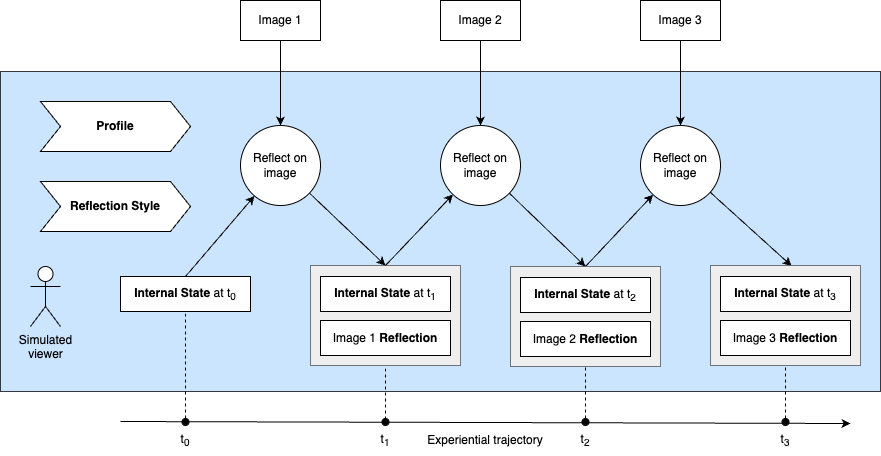
Above: docs/stateful-viewing-process.png in fredericbenard/stateful-viewers (draw.io), before the change. Source tidied: cells renumbered, new cells last; positions are measured from the earlier drawing's top-left corner, leaving out a move shared by most shapes.
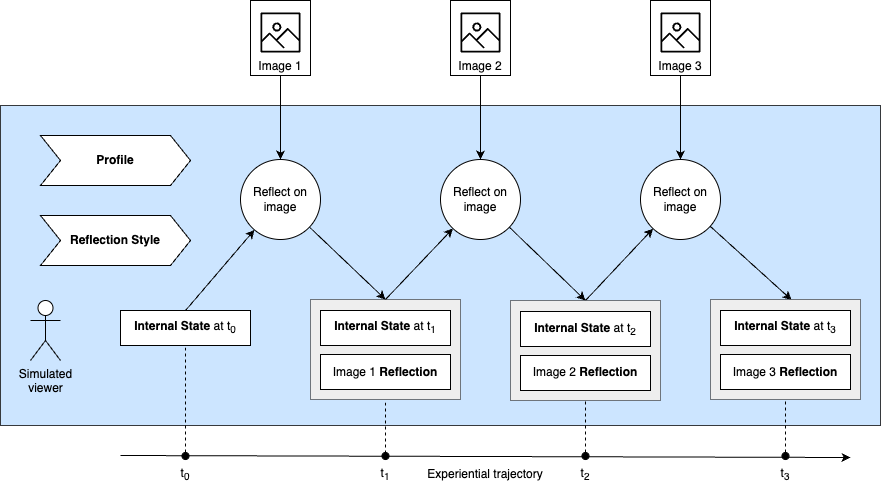
Above is the later version.

The edit, as a diff of the source:
```diff
@@ -17,16 +17,10 @@
     <mxCell id="6" value="Simulated&lt;br&gt;viewer" style="shape=umlActor;verticalLabelPosition=bottom;verticalAlign=top;html=1;" parent="1" vertex="1">
       <mxGeometry x="30" y="266" width="30" height="60" as="geometry" />
     </mxCell>
-    <mxCell id="7" value="Imag&lt;span style=&quot;color: rgba(0, 0, 0, 0); font-family: monospace; font-size: 0px; text-align: start;&quot;&gt;%3CmxGraphModel%3E%3Croot%3E%3CmxCell%20id%3D%220%22%2F%3E%3CmxCell%20id%3D%221%22%20parent%3D%220%22%2F%3E%3CmxCell%20id%3D%222%22%20value%3D%22Profile%22%20style%3D%22rounded%3D0%3BwhiteSpace%3Dwrap%3Bhtml%3D1%3B%22%20vertex%3D%221%22%20parent%3D%221%22%3E%3CmxGeometry%20x%3D%2290%22%20y%3D%22260%22%20width%3D%22120%22%20height%3D%2260%22%20as%3D%22geometry%22%2F%3E%3C%2FmxCell%3E%3C%2Froot%3E%3C%2FmxGraphModel%3E&lt;/span&gt;e 1&lt;span style=&quot;color: rgba(0, 0, 0, 0); font-family: monospace; font-size: 0px; text-align: start;&quot;&gt;%3CmxGraphModel%3E%3Croot%3E%3CmxCell%20id%3D%220%22%2F%3E%3CmxCell%20id%3D%221%22%20parent%3D%220%22%2F%3E%3CmxCell%20id%3D%222%22%20value%3D%22Profile%22%20style%3D%22rounded%3D0%3BwhiteSpace%3Dwrap%3Bhtml%3D1%3B%22%20vertex%3D%221%22%20parent%3D%221%22%3E%3CmxGeometry%20x%3D%2290%22%20y%3D%22260%22%20width%3D%22120%22%20height%3D%2260%22%20as%3D%22geometry%22%2F%3E%3C%2FmxCell%3E%3C%2Froot%3E%3C%2FmxGraphModel%3E&lt;/span&gt;" style="rounded=0;whiteSpace=wrap;html=1;" parent="1" vertex="1">
-      <mxGeometry x="240" width="80" height="40" as="geometry" />
+    <mxCell id="7" value="Imag&lt;span style=&quot;color: rgba(0, 0, 0, 0); font-family: monospace; font-size: 0px;&quot;&gt;%3CmxGraphModel%3E%3Croot%3E%3CmxCell%20id%3D%220%22%2F%3E%3CmxCell%20id%3D%221%22%20parent%3D%220%22%2F%3E%3CmxCell%20id%3D%222%22%20value%3D%22Profile%22%20style%3D%22rounded%3D0%3BwhiteSpace%3Dwrap%3Bhtml%3D1%3B%22%20vertex%3D%221%22%20parent%3D%221%22%3E%3CmxGeometry%20x%3D%2290%22%20y%3D%22260%22%20width%3D%22120%22%20height%3D%2260%22%20as%3D%22geometry%22%2F%3E%3C%2FmxCell%3E%3C%2Froot%3E%3C%2FmxGraphModel%3E&lt;/span&gt;e 1&lt;span style=&quot;color: rgba(0, 0, 0, 0); font-family: monospace; font-size: 0px;&quot;&gt;%3CmxGraphModel%3E%3Croot%3E%3CmxCell%20id%3D%220%22%2F%3E%3CmxCell%20id%3D%221%22%20parent%3D%220%22%2F%3E%3CmxCell%20id%3D%222%22%20value%3D%22Profile%22%20style%3D%22rounded%3D0%3BwhiteSpace%3Dwrap%3Bhtml%3D1%3B%22%20vertex%3D%221%22%20parent%3D%221%22%3E%3CmxGeometry%20x%3D%2290%22%20y%3D%22260%22%20width%3D%22120%22%20height%3D%2260%22%20as%3D%22geometry%22%2F%3E%3C%2FmxCell%3E%3C%2Froot%3E%3C%2FmxGraphModel%3E&lt;/span&gt;" style="rounded=0;whiteSpace=wrap;html=1;align=center;verticalAlign=bottom;" parent="1" vertex="1">
+      <mxGeometry x="250" y="-34" width="60" height="75" as="geometry" />
     </mxCell>
-    <mxCell id="8" value="Im&lt;span style=&quot;color: rgba(0, 0, 0, 0); font-family: monospace; font-size: 0px; text-align: start;&quot;&gt;%3CmxGraphModel%3E%3Croot%3E%3CmxCell%20id%3D%220%22%2F%3E%3CmxCell%20id%3D%221%22%20parent%3D%220%22%2F%3E%3CmxCell%20id%3D%222%22%20value%3D%22Imag%26lt%3Bspan%20style%3D%26quot%3Bcolor%3A%20rgba(0%2C%200%2C%200%2C%200)%3B%20font-family%3A%20monospace%3B%20font-size%3A%200px%3B%20text-align%3A%20start%3B%26quot%3B%26gt%3B%253CmxGraphModel%253E%253Croot%253E%253CmxCell%2520id%253D%25220%2522%252F%253E%253CmxCell%2520id%253D%25221%2522%2520parent%253D%25220%2522%252F%253E%253CmxCell%2520id%253D%25222%2522%2520value%253D%2522Profile%2522%2520style%253D%2522rounded%253D0%253BwhiteSpace%253Dwrap%253Bhtml%253D1%253B%2522%2520vertex%253D%25221%2522%2520parent%253D%25221%2522%253E%253CmxGeometry%2520x%253D%252290%2522%2520y%253D%2522260%2522%2520width%253D%2522120%2522%2520height%253D%252260%2522%2520as%253D%2522geometry%2522%252F%253E%253C%252FmxCell%253E%253C%252Froot%253E%253C%252FmxGraphModel%253E%26lt%3B%2Fspan%26gt%3Be%201%26lt%3Bspan%20style%3D%26quot%3Bcolor%3A%20rgba(0%2C%200%2C%200%2C%200)%3B%20font-family%3A%20monospace%3B%20font-size%3A%200px%3B%20text-align%3A%20start%3B%26quot%3B%26gt%3B%253CmxGraphModel%253E%253Croot%253E%253CmxCell%2520id%253D%25220%2522%252F%253E%253CmxCell%2520id%253D%25221%2522%2520parent%253D%25220%2522%252F%253E%253CmxCell%2520id%253D%25222%2522%2520value%253D%2522Profile%2522%2520style%253D%2522rounded%253D0%253BwhiteSpace%253Dwrap%253Bhtml%253D1%253B%2522%2520vertex%253D%25221%2522%2520parent%253D%25221%2522%253E%253CmxGeometry%2520x%253D%252290%2522%2520y%253D%2522260%2522%2520width%253D%2522120%2522%2520height%253D%252260%2522%2520as%253D%2522geometry%2522%252F%253E%253C%252FmxCell%253E%253C%252Froot%253E%253C%252FmxGraphModel%253E%26lt%3B%2Fspan%26gt%3B%22%20style%3D%22rounded%3D0%3BwhiteSpace%3Dwrap%3Bhtml%3D1%3B%22%20vertex%3D%221%22%20parent%3D%221%22%3E%3CmxGeometry%20x%3D%22300%22%20y%3D%22150%22%20width%3D%22120%22%20height%3D%2260%22%20as%3D%22geometry%22%2F%3E%3C%2FmxCell%3E%3C%2Froot%3E%3C%2FmxGraphModel%3E&lt;/span&gt;age 2" style="rounded=0;whiteSpace=wrap;html=1;" parent="1" vertex="1">
-      <mxGeometry x="440" width="80" height="40" as="geometry" />
-    </mxCell>
-    <mxCell id="9" value="Im&lt;span style=&quot;color: rgba(0, 0, 0, 0); font-family: monospace; font-size: 0px; text-align: start;&quot;&gt;%3CmxGraphModel%3E%3Croot%3E%3CmxCell%20id%3D%220%22%2F%3E%3CmxCell%20id%3D%221%22%20parent%3D%220%22%2F%3E%3CmxCell%20id%3D%222%22%20value%3D%22Imag%26lt%3Bspan%20style%3D%26quot%3Bcolor%3A%20rgba(0%2C%200%2C%200%2C%200)%3B%20font-family%3A%20monospace%3B%20font-size%3A%200px%3B%20text-align%3A%20start%3B%26quot%3B%26gt%3B%253CmxGraphModel%253E%253Croot%253E%253CmxCell%2520id%253D%25220%2522%252F%253E%253CmxCell%2520id%253D%25221%2522%2520parent%253D%25220%2522%252F%253E%253CmxCell%2520id%253D%25222%2522%2520value%253D%2522Profile%2522%2520style%253D%2522rounded%253D0%253BwhiteSpace%253Dwrap%253Bhtml%253D1%253B%2522%2520vertex%253D%25221%2522%2520parent%253D%25221%2522%253E%253CmxGeometry%2520x%253D%252290%2522%2520y%253D%2522260%2522%2520width%253D%2522120%2522%2520height%253D%252260%2522%2520as%253D%2522geometry%2522%252F%253E%253C%252FmxCell%253E%253C%252Froot%253E%253C%252FmxGraphModel%253E%26lt%3B%2Fspan%26gt%3Be%201%26lt%3Bspan%20style%3D%26quot%3Bcolor%3A%20rgba(0%2C%200%2C%200%2C%200)%3B%20font-family%3A%20monospace%3B%20font-size%3A%200px%3B%20text-align%3A%20start%3B%26quot%3B%26gt%3B%253CmxGraphModel%253E%253Croot%253E%253CmxCell%2520id%253D%25220%2522%252F%253E%253CmxCell%2520id%253D%25221%2522%2520parent%253D%25220%2522%252F%253E%253CmxCell%2520id%253D%25222%2522%2520value%253D%2522Profile%2522%2520style%253D%2522rounded%253D0%253BwhiteSpace%253Dwrap%253Bhtml%253D1%253B%2522%2520vertex%253D%25221%2522%2520parent%253D%25221%2522%253E%253CmxGeometry%2520x%253D%252290%2522%2520y%253D%2522260%2522%2520width%253D%2522120%2522%2520height%253D%252260%2522%2520as%253D%2522geometry%2522%252F%253E%253C%252FmxCell%253E%253C%252Froot%253E%253C%252FmxGraphModel%253E%26lt%3B%2Fspan%26gt%3B%22%20style%3D%22rounded%3D0%3BwhiteSpace%3Dwrap%3Bhtml%3D1%3B%22%20vertex%3D%221%22%20parent%3D%221%22%3E%3CmxGeometry%20x%3D%22300%22%20y%3D%22150%22%20width%3D%22120%22%20height%3D%2260%22%20as%3D%22geometry%22%2F%3E%3C%2FmxCell%3E%3C%2Froot%3E%3C%2FmxGraphModel%3E&lt;/span&gt;age 3" style="rounded=0;whiteSpace=wrap;html=1;" parent="1" vertex="1">
-      <mxGeometry x="640" width="80" height="40" as="geometry" />
-    </mxCell>
-    <mxCell id="10" style="endArrow=classic;html=1;" parent="1" edge="1" source="7" target="12">
+    <mxCell id="10" style="endArrow=classic;html=1;exitX=0.5;exitY=1;exitDx=0;exitDy=0;" parent="1" edge="1" source="7" target="12">
       <mxGeometry relative="1" as="geometry" />
     </mxCell>
     <mxCell id="11" style="endArrow=classic;html=1;exitX=0.5;exitY=0;exitDx=0;exitDy=0;" parent="1" edge="1" source="4" target="12">
@@ -44,7 +38,7 @@
     <mxCell id="15" style="endArrow=classic;html=1;entryX=0.5;entryY=0;entryDx=0;entryDy=0;" parent="1" edge="1" source="14" target="39">
       <mxGeometry relative="1" as="geometry" />
     </mxCell>
-    <mxCell id="16" style="endArrow=classic;html=1;" parent="1" edge="1" source="8" target="14">
+    <mxCell id="16" style="endArrow=classic;html=1;exitX=0.5;exitY=1;exitDx=0;exitDy=0;" parent="1" edge="1" source="46" target="14">
       <mxGeometry relative="1" as="geometry" />
     </mxCell>
     <mxCell id="17" style="endArrow=classic;html=1;exitX=0.5;exitY=0;exitDx=0;exitDy=0;" parent="1" edge="1" source="3" target="14">
@@ -56,7 +50,7 @@
     <mxCell id="19" style="endArrow=classic;html=1;entryX=0.541;entryY=0.005;entryDx=0;entryDy=0;entryPerimeter=0;" parent="1" edge="1" source="18" target="42">
       <mxGeometry relative="1" as="geometry" />
     </mxCell>
-    <mxCell id="20" style="endArrow=classic;html=1;" parent="1" edge="1" source="9" target="18">
+    <mxCell id="20" style="endArrow=classic;html=1;exitX=0.5;exitY=1;exitDx=0;exitDy=0;" parent="1" edge="1" source="48" target="18">
       <mxGeometry relative="1" as="geometry" />
     </mxCell>
     <mxCell id="21" style="endArrow=classic;html=1;exitX=0.5;exitY=0;exitDx=0;exitDy=0;" parent="1" edge="1" source="39" target="18">
@@ -138,5 +132,20 @@
     <mxCell id="44" value="Image 3&amp;nbsp;&lt;b&gt;Reflection&lt;/b&gt;" style="rounded=0;whiteSpace=wrap;html=1;" parent="1" vertex="1">
       <mxGeometry x="720" y="320" width="130" height="35" as="geometry" />
     </mxCell>
+    <mxCell id="45" style="sketch=0;fontColor=#232F3E;gradientColor=none;fillColor=#000000;strokeColor=none;dashed=0;verticalLabelPosition=bottom;verticalAlign=top;align=center;html=1;fontSize=12;fontStyle=0;shape=mxgraph.aws4.container_registry_image;" parent="1" vertex="1">
+      <mxGeometry x="260" y="-22" width="40" height="40" as="geometry" />
+    </mxCell>
+    <mxCell id="46" value="Imag&lt;span style=&quot;color: rgba(0, 0, 0, 0); font-family: monospace; font-size: 0px;&quot;&gt;%3CmxGraphModel%3E%3Croot%3E%3CmxCell%20id%3D%220%22%2F%3E%3CmxCell%20id%3D%221%22%20parent%3D%220%22%2F%3E%3CmxCell%20id%3D%222%22%20value%3D%22Profile%22%20style%3D%22rounded%3D0%3BwhiteSpace%3Dwrap%3Bhtml%3D1%3B%22%20vertex%3D%221%22%20parent%3D%221%22%3E%3CmxGeometry%20x%3D%2290%22%20y%3D%22260%22%20width%3D%22120%22%20height%3D%2260%22%20as%3D%22geometry%22%2F%3E%3C%2FmxCell%3E%3C%2Froot%3E%3C%2FmxGraphModel%3E&lt;/span&gt;e 2&lt;span style=&quot;color: rgba(0, 0, 0, 0); font-family: monospace; font-size: 0px;&quot;&gt;%3CmxGraphModel%3E%3Croot%3E%3CmxCell%20id%3D%220%22%2F%3E%3CmxCell%20id%3D%221%22%20parent%3D%220%22%2F%3E%3CmxCell%20id%3D%222%22%20value%3D%22Profile%22%20style%3D%22rounded%3D0%3BwhiteSpace%3Dwrap%3Bhtml%3D1%3B%22%20vertex%3D%221%22%20parent%3D%221%22%3E%3CmxGeometry%20x%3D%2290%22%20y%3D%22260%22%20width%3D%22120%22%20height%3D%2260%22%20as%3D%22geometry%22%2F%3E%3C%2FmxCell%3E%3C%2Froot%3E%3C%2FmxGraphModel%3E&lt;/span&gt;" style="rounded=0;whiteSpace=wrap;html=1;align=center;verticalAlign=bottom;" parent="1" vertex="1">
+      <mxGeometry x="450" y="-34" width="60" height="75" as="geometry" />
+    </mxCell>
+    <mxCell id="47" style="sketch=0;fontColor=#232F3E;gradientColor=none;fillColor=#000000;strokeColor=none;dashed=0;verticalLabelPosition=bottom;verticalAlign=top;align=center;html=1;fontSize=12;fontStyle=0;shape=mxgraph.aws4.container_registry_image;" parent="1" vertex="1">
+      <mxGeometry x="460" y="-22" width="40" height="40" as="geometry" />
+    </mxCell>
+    <mxCell id="48" value="Imag&lt;span style=&quot;color: rgba(0, 0, 0, 0); font-family: monospace; font-size: 0px;&quot;&gt;%3CmxGraphModel%3E%3Croot%3E%3CmxCell%20id%3D%220%22%2F%3E%3CmxCell%20id%3D%221%22%20parent%3D%220%22%2F%3E%3CmxCell%20id%3D%222%22%20value%3D%22Profile%22%20style%3D%22rounded%3D0%3BwhiteSpace%3Dwrap%3Bhtml%3D1%3B%22%20vertex%3D%221%22%20parent%3D%221%22%3E%3CmxGeometry%20x%3D%2290%22%20y%3D%22260%22%20width%3D%22120%22%20height%3D%2260%22%20as%3D%22geometry%22%2F%3E%3C%2FmxCell%3E%3C%2Froot%3E%3C%2FmxGraphModel%3E&lt;/span&gt;e 3&lt;span style=&quot;color: rgba(0, 0, 0, 0); font-family: monospace; font-size: 0px;&quot;&gt;%3CmxGraphModel%3E%3Croot%3E%3CmxCell%20id%3D%220%22%2F%3E%3CmxCell%20id%3D%221%22%20parent%3D%220%22%2F%3E%3CmxCell%20id%3D%222%22%20value%3D%22Profile%22%20style%3D%22rounded%3D0%3BwhiteSpace%3Dwrap%3Bhtml%3D1%3B%22%20vertex%3D%221%22%20parent%3D%221%22%3E%3CmxGeometry%20x%3D%2290%22%20y%3D%22260%22%20width%3D%22120%22%20height%3D%2260%22%20as%3D%22geometry%22%2F%3E%3C%2FmxCell%3E%3C%2Froot%3E%3C%2FmxGraphModel%3E&lt;/span&gt;" style="rounded=0;whiteSpace=wrap;html=1;align=center;verticalAlign=bottom;" parent="1" vertex="1">
+      <mxGeometry x="650" y="-34" width="60" height="75" as="geometry" />
+    </mxCell>
+    <mxCell id="49" style="sketch=0;fontColor=#232F3E;gradientColor=none;fillColor=#000000;strokeColor=none;dashed=0;verticalLabelPosition=bottom;verticalAlign=top;align=center;html=1;fontSize=12;fontStyle=0;shape=mxgraph.aws4.container_registry_image;" parent="1" vertex="1">
+      <mxGeometry x="660" y="-22" width="40" height="40" as="geometry" />
+    </mxCell>
   </root>
 </mxGraphModel>
```
